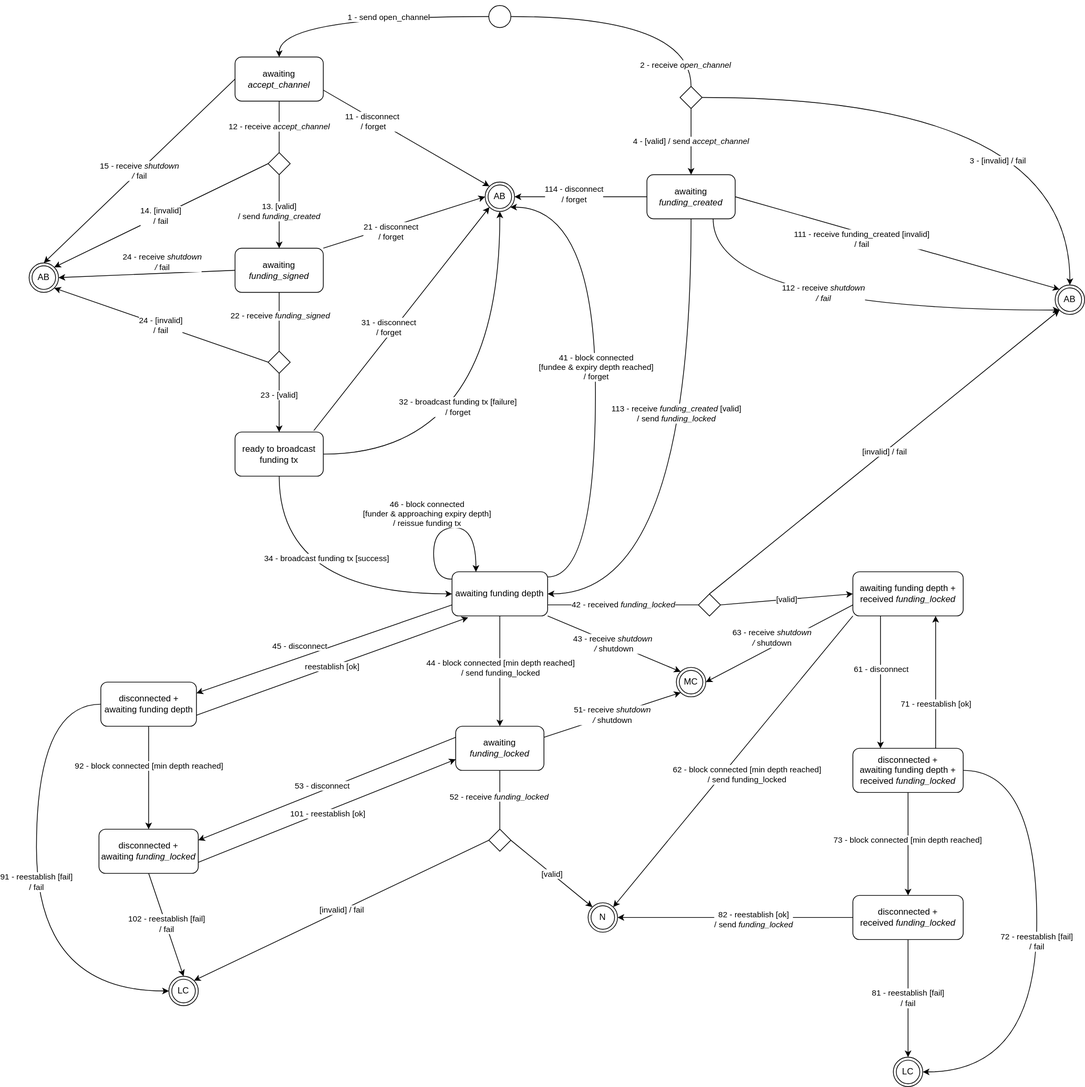
Above: docs/OpenChannel.svg in node-lightning/node-lightning (draw.io), before the change. Source tidied: cells renumbered, new cells last; positions are measured from the earlier drawing's top-left corner, leaving out a move shared by most shapes.
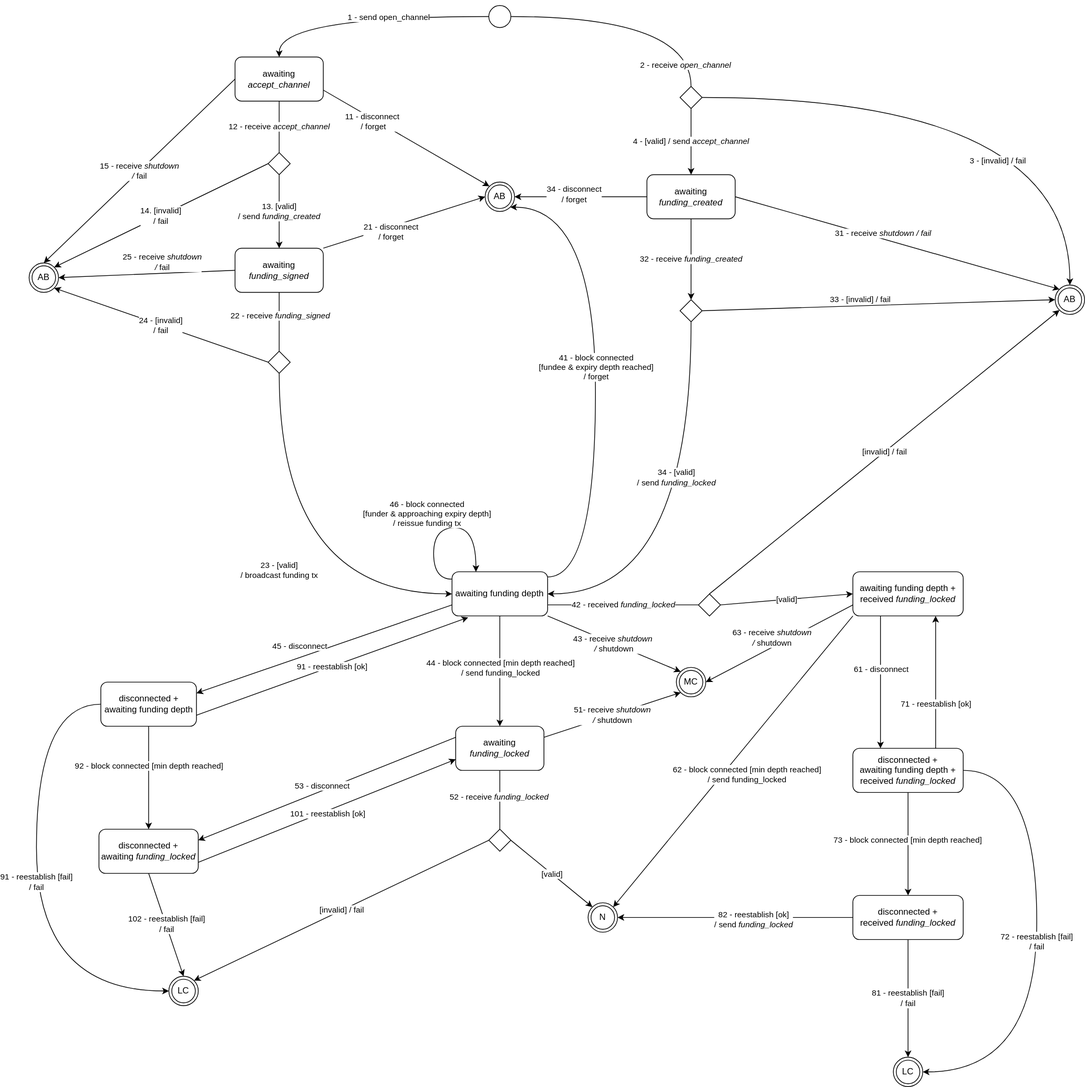
Later version of the same file.

Commit message:
docs: adding transition info acceptor

Adds transition info for the acceptor and the "await funding depth"
steps.

Change to the diagram source:
```diff
@@ -51,14 +51,6 @@
     <mxCell id="14" value="24 - [invalid]&lt;br&gt;/ fail" style="rounded=0;jettySize=auto;html=1;exitX=0;exitY=0.5;exitDx=0;exitDy=0;entryX=1;entryY=1;entryDx=0;entryDy=0;" parent="1" edge="1" source="84" target="45">
       <mxGeometry relative="1" as="geometry" />
     </mxCell>
-    <mxCell id="15" value="23 - [valid]" style="edgeStyle=orthogonalEdgeStyle;curved=1;jettySize=auto;html=1;exitX=0.5;exitY=1;exitDx=0;exitDy=0;entryX=0.5;entryY=0;entryDx=0;entryDy=0;startArrow=none;" parent="1" edge="1" source="84" target="26">
-      <mxGeometry x="0.38" relative="1" as="geometry">
-        <Array as="points">
-          <mxPoint x="340" y="460" />
-          <mxPoint x="340" y="460" />
-        </Array>
-      </mxGeometry>
-    </mxCell>
     <mxCell id="16" style="jettySize=auto;html=1;exitX=1;exitY=0;exitDx=0;exitDy=0;entryX=0;entryY=0.5;entryDx=0;entryDy=0;" parent="1" edge="1" source="19" target="46">
       <mxGeometry relative="1" as="geometry" />
     </mxCell>
@@ -67,7 +59,7 @@
         <mxPoint x="15" y="7" as="offset" />
       </mxGeometry>
     </mxCell>
-    <mxCell id="18" value="24 - receive &lt;i&gt;shutdown &lt;br&gt;/ &lt;/i&gt;fail" style="edgeStyle=none;rounded=0;jettySize=auto;html=1;exitX=0;exitY=0.5;exitDx=0;exitDy=0;" parent="1" edge="1" source="19">
+    <mxCell id="18" value="25 - receive &lt;i&gt;shutdown &lt;br&gt;/ &lt;/i&gt;fail" style="edgeStyle=none;rounded=0;jettySize=auto;html=1;exitX=0;exitY=0.5;exitDx=0;exitDy=0;" parent="1" edge="1" source="19">
       <mxGeometry x="-0.18" y="-15" relative="1" as="geometry">
         <mxPoint x="40" y="370" as="targetPoint" />
       </mxGeometry>
@@ -75,37 +67,13 @@
     <mxCell id="19" value="awaiting&lt;br&gt;&lt;i&gt;funding_signed&lt;/i&gt;" style="whiteSpace=wrap;html=1;rounded=1;" parent="1" vertex="1">
       <mxGeometry x="280" y="330" width="120" height="60" as="geometry" />
     </mxCell>
-    <mxCell id="20" style="jettySize=auto;html=1;exitX=0.5;exitY=1;exitDx=0;exitDy=0;entryX=0;entryY=0.5;entryDx=0;entryDy=0;edgeStyle=orthogonalEdgeStyle;curved=1;" parent="1" edge="1" source="26" target="35">
+    <mxCell id="20" value="23 - [valid]&lt;br&gt;/ broadcast funding tx" style="jettySize=auto;html=1;exitX=0.5;exitY=1;exitDx=0;exitDy=0;entryX=0;entryY=0.5;entryDx=0;entryDy=0;edgeStyle=orthogonalEdgeStyle;curved=1;" parent="1" edge="1" source="84" target="35">
       <mxGeometry relative="1" as="geometry">
         <Array as="points">
           <mxPoint x="340" y="800" />
         </Array>
       </mxGeometry>
     </mxCell>
-    <mxCell id="21" value="34 - broadcast funding tx [success]&amp;nbsp;" style="edgeLabel;html=1;align=center;verticalAlign=middle;" parent="20" vertex="1">
-      <mxGeometry x="-0.12" y="8" relative="1" as="geometry">
-        <mxPoint x="52" y="-41" as="offset" />
-      </mxGeometry>
-    </mxCell>
-    <mxCell id="22" style="jettySize=auto;html=1;exitX=0.892;exitY=-0.033;exitDx=0;exitDy=0;entryX=0;entryY=1;entryDx=0;entryDy=0;exitPerimeter=0;" parent="1" edge="1" source="26" target="46">
-      <mxGeometry relative="1" as="geometry" />
-    </mxCell>
-    <mxCell id="23" value="31 - disconnect&lt;br&gt;/ forget" style="edgeLabel;html=1;align=center;verticalAlign=middle;" parent="22" vertex="1">
-      <mxGeometry x="-0.29" y="29" relative="1" as="geometry">
-        <mxPoint x="39" y="-14" as="offset" />
-      </mxGeometry>
-    </mxCell>
-    <mxCell id="24" style="edgeStyle=orthogonalEdgeStyle;rounded=0;jettySize=auto;html=1;entryX=0.5;entryY=1;entryDx=0;entryDy=0;curved=1;exitX=1;exitY=0.5;exitDx=0;exitDy=0;" parent="1" edge="1" source="26" target="46">
-      <mxGeometry relative="1" as="geometry" />
-    </mxCell>
-    <mxCell id="25" value="32 - broadcast funding tx [failure]&lt;br&gt;/ forget" style="edgeLabel;html=1;align=center;verticalAlign=middle;" parent="24" vertex="1">
-      <mxGeometry x="-0.23" relative="1" as="geometry">
-        <mxPoint x="-39" y="-65" as="offset" />
-      </mxGeometry>
-    </mxCell>
-    <mxCell id="26" value="ready to broadcast funding tx" style="whiteSpace=wrap;html=1;rounded=1;" parent="1" vertex="1">
-      <mxGeometry x="280" y="580" width="120" height="60" as="geometry" />
-    </mxCell>
     <mxCell id="27" style="edgeStyle=none;jettySize=auto;html=1;elbow=vertical;" parent="1" edge="1" source="35" target="53">
       <mxGeometry relative="1" as="geometry" />
     </mxCell>
@@ -144,39 +112,39 @@
     <mxCell id="35" value="awaiting funding depth" style="whiteSpace=wrap;html=1;rounded=1;" parent="1" vertex="1">
       <mxGeometry x="575" y="770" width="130" height="60" as="geometry" />
     </mxCell>
-    <mxCell id="36" style="jettySize=auto;html=1;entryX=0;entryY=0;entryDx=0;entryDy=0;elbow=vertical;exitX=1;exitY=0.5;exitDx=0;exitDy=0;" parent="1" edge="1" source="43" target="47">
+    <mxCell id="36" style="jettySize=auto;html=1;entryX=0;entryY=0.5;entryDx=0;entryDy=0;elbow=vertical;exitX=1;exitY=0.5;exitDx=0;exitDy=0;" parent="1" edge="1" source="100" target="47">
       <mxGeometry relative="1" as="geometry" />
     </mxCell>
-    <mxCell id="37" value="111 - receive funding_created [invalid]&lt;br&gt;/ fail" style="edgeLabel;html=1;align=center;verticalAlign=middle;" parent="36" vertex="1">
+    <mxCell id="37" value="33 - [invalid] / fail" style="edgeLabel;html=1;align=center;verticalAlign=middle;" parent="36" vertex="1">
       <mxGeometry x="-0.59" y="-20" relative="1" as="geometry">
-        <mxPoint x="86" y="12" as="offset" />
+        <mxPoint x="115" y="-32" as="offset" />
       </mxGeometry>
     </mxCell>
     <mxCell id="38" style="jettySize=auto;html=1;exitX=0;exitY=0.5;exitDx=0;exitDy=0;entryX=1;entryY=0.5;entryDx=0;entryDy=0;elbow=vertical;" parent="1" edge="1" source="43" target="46">
       <mxGeometry relative="1" as="geometry" />
     </mxCell>
-    <mxCell id="39" value="114 - disconnect&lt;br&gt;/ forget" style="edgeLabel;html=1;align=center;verticalAlign=middle;" parent="38" vertex="1">
+    <mxCell id="39" value="34 - disconnect&lt;br&gt;/ forget" style="edgeLabel;html=1;align=center;verticalAlign=middle;" parent="38" vertex="1">
       <mxGeometry x="0.11" y="-4" relative="1" as="geometry" />
     </mxCell>
-    <mxCell id="40" value="113 - receive&amp;nbsp;&lt;i&gt;funding_created&lt;/i&gt;&amp;nbsp;[valid]&lt;br&gt;/ send&amp;nbsp;&lt;i&gt;funding_locked&lt;/i&gt;" style="edgeStyle=orthogonalEdgeStyle;curved=1;jettySize=auto;html=1;exitX=0.5;exitY=1;exitDx=0;exitDy=0;entryX=1;entryY=0.5;entryDx=0;entryDy=0;elbow=vertical;" parent="1" edge="1" source="43" target="35">
+    <mxCell id="40" value="34 - [valid]&lt;br&gt;/ send&amp;nbsp;&lt;i&gt;funding_locked&lt;/i&gt;" style="edgeStyle=orthogonalEdgeStyle;curved=1;jettySize=auto;html=1;entryX=1;entryY=0.5;entryDx=0;entryDy=0;elbow=vertical;" parent="1" edge="1" target="35">
       <mxGeometry x="-0.25" y="-20" relative="1" as="geometry">
+        <mxPoint x="900" y="430" as="sourcePoint" />
         <Array as="points">
           <mxPoint x="900" y="800" />
         </Array>
       </mxGeometry>
     </mxCell>
-    <mxCell id="41" style="edgeStyle=orthogonalEdgeStyle;rounded=0;jettySize=auto;html=1;exitX=0.75;exitY=1;exitDx=0;exitDy=0;entryX=0;entryY=1;entryDx=0;entryDy=0;curved=1;" parent="1" edge="1" source="43" target="47">
-      <mxGeometry relative="1" as="geometry">
-        <Array as="points">
-          <mxPoint x="930" y="414" />
-        </Array>
-      </mxGeometry>
+    <mxCell id="41" style="rounded=0;jettySize=auto;html=1;exitX=1;exitY=0.5;exitDx=0;exitDy=0;entryX=0;entryY=0;entryDx=0;entryDy=0;" parent="1" edge="1" source="43" target="47">
+      <mxGeometry relative="1" as="geometry" />
     </mxCell>
-    <mxCell id="42" value="112 - receive &lt;i&gt;shutdown&lt;br&gt;/ fail&lt;br&gt;&lt;/i&gt;" style="edgeLabel;html=1;align=center;verticalAlign=middle;" parent="41" vertex="1">
+    <mxCell id="42" value="31 - receive &lt;i&gt;shutdown / fail&lt;br&gt;&lt;/i&gt;" style="edgeLabel;html=1;align=center;verticalAlign=middle;" parent="41" vertex="1">
       <mxGeometry x="-0.12" y="3" relative="1" as="geometry">
-        <mxPoint x="12" y="-21" as="offset" />
+        <mxPoint x="5" y="-3" as="offset" />
       </mxGeometry>
     </mxCell>
+    <mxCell id="99" value="32 - receive &lt;i&gt;funding_created&lt;/i&gt;" style="edgeStyle=orthogonalEdgeStyle;curved=1;rounded=0;jettySize=auto;html=1;" parent="1" edge="1" source="43" target="100">
+      <mxGeometry relative="1" as="geometry" />
+    </mxCell>
     <mxCell id="43" value="awaiting &lt;i&gt;funding_created&lt;/i&gt;" style="rounded=1;whiteSpace=wrap;html=1;" parent="1" vertex="1">
       <mxGeometry x="840" y="230" width="120" height="60" as="geometry" />
     </mxCell>
@@ -218,7 +186,7 @@
     <mxCell id="55" value="92 - block connected [min depth reached]" style="edgeLabel;html=1;align=center;verticalAlign=middle;" parent="54" vertex="1">
       <mxGeometry x="-0.25" relative="1" as="geometry" />
     </mxCell>
-    <mxCell id="56" value="reestablish [ok]" style="edgeStyle=none;rounded=0;jettySize=auto;html=1;exitX=1;exitY=0.75;exitDx=0;exitDy=0;entryX=0.169;entryY=1.033;entryDx=0;entryDy=0;entryPerimeter=0;endArrow=classic;endFill=1;" parent="1" edge="1" source="58" target="35">
+    <mxCell id="56" value="91 - reestablish [ok]" style="edgeStyle=none;rounded=0;jettySize=auto;html=1;exitX=1;exitY=0.75;exitDx=0;exitDy=0;entryX=0.169;entryY=1.033;entryDx=0;entryDy=0;entryPerimeter=0;endArrow=classic;endFill=1;" parent="1" edge="1" source="58" target="35">
       <mxGeometry relative="1" as="geometry" />
     </mxCell>
     <mxCell id="57" value="91 - reestablish [fail]&lt;br&gt;/ fail" style="edgeStyle=orthogonalEdgeStyle;rounded=0;jettySize=auto;html=1;exitX=0;exitY=0.5;exitDx=0;exitDy=0;endArrow=classic;endFill=1;curved=1;entryX=0;entryY=0.5;entryDx=0;entryDy=0;" parent="1" edge="1" source="58" target="93">
@@ -375,5 +343,8 @@
     <mxCell id="98" value="LC" style="ellipse;shape=doubleEllipse;whiteSpace=wrap;html=1;" parent="1" vertex="1">
       <mxGeometry x="1175" y="1430" width="40" height="40" as="geometry" />
     </mxCell>
+    <mxCell id="100" style="rhombus;whiteSpace=wrap;html=1;" parent="1" vertex="1">
+      <mxGeometry x="885" y="400" width="30" height="30" as="geometry" />
+    </mxCell>
   </root>
 </mxGraphModel>
```
